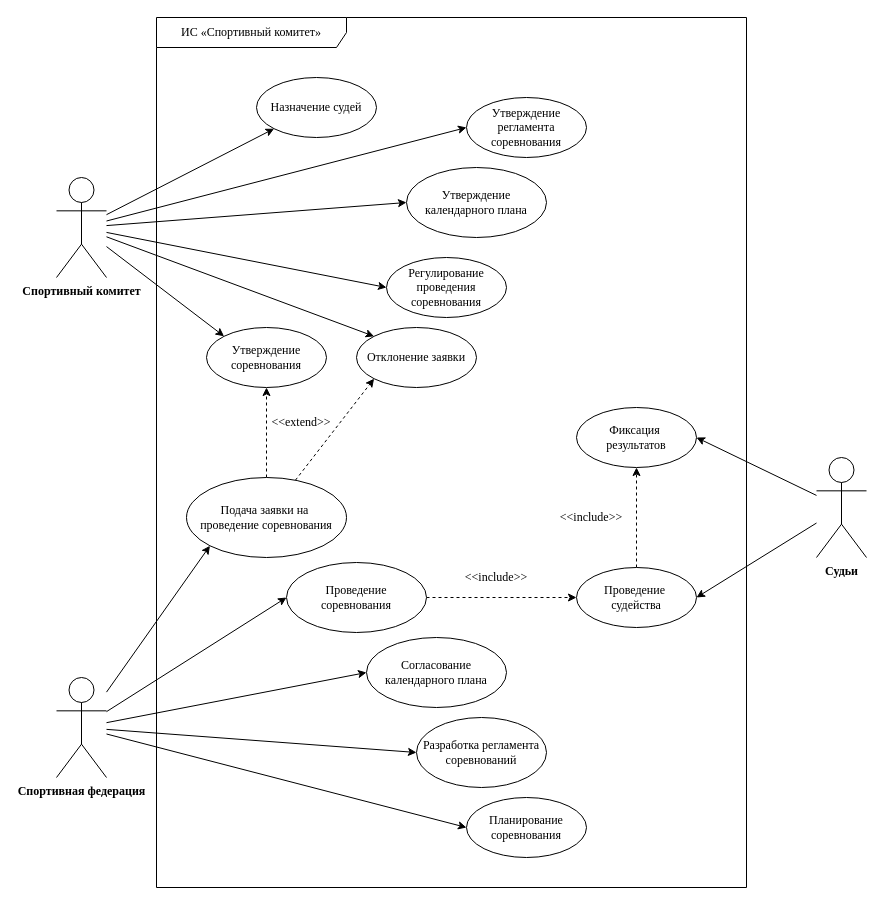
Before: page "Вариантов" (5 of 11) of Диаграммы ИС «Спортивный комитет».drawio in antonch985/Education, a draw.io diagram. Source tidied: cells renumbered, new cells numbered last; positions are measured from the earlier drawing's top-left corner, leaving out a move shared by most shapes. Both pictures are drawn from the tidied source at 100%, with x=0, y=0 at pixel (56, 17).
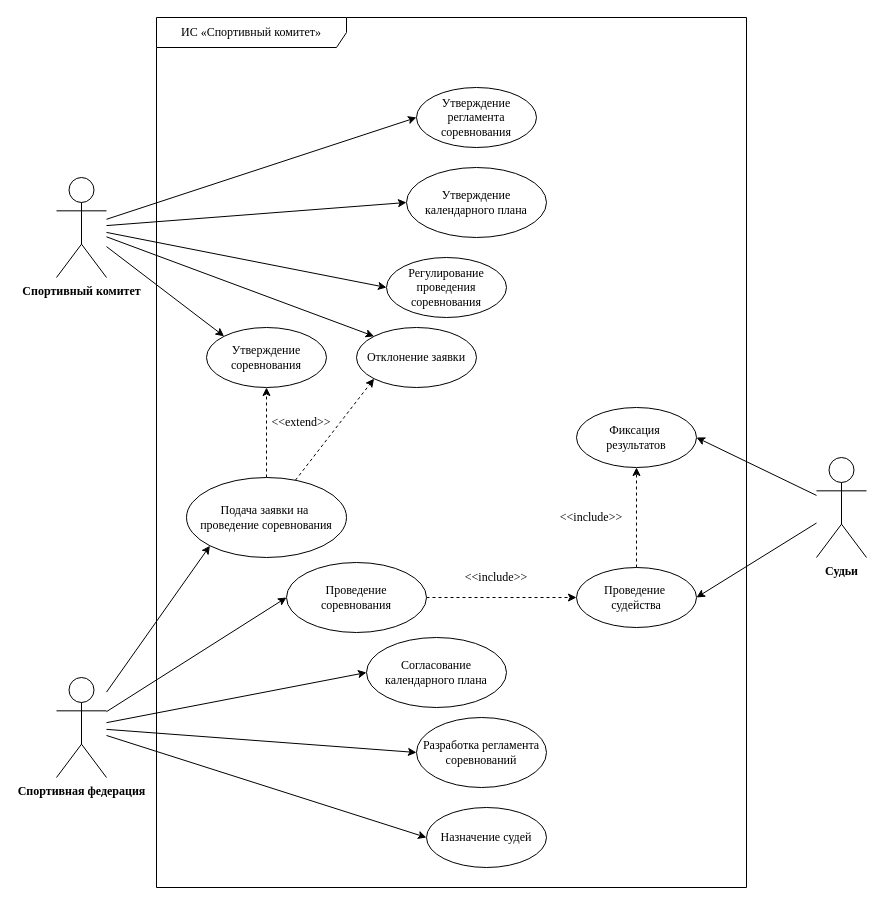
Above is the later version.

Unchanged cells that the change refers to:
```xml
<mxCell id="8" value="Спортивный комитет" style="shape=umlActor;verticalLabelPosition=bottom;verticalAlign=top;html=1;outlineConnect=0;fontStyle=1;fontFamily=Times New Roman;" parent="1" vertex="1">
  <mxGeometry y="160" width="50" height="100" as="geometry" />
</mxCell>
<mxCell id="14" value="Спортивная федерация" style="shape=umlActor;verticalLabelPosition=bottom;verticalAlign=top;html=1;outlineConnect=0;fontStyle=1;fontFamily=Times New Roman;" parent="1" vertex="1">
  <mxGeometry y="660" width="50" height="100" as="geometry" />
</mxCell>
```

What changed in the source:
```diff
@@
-    <mxCell id="7" style="edgeStyle=none;rounded=0;jettySize=auto;html=1;entryX=0;entryY=1;entryDx=0;entryDy=0;" parent="1" edge="1" source="8" target="38">
+    <mxCell id="7" style="edgeStyle=none;rounded=0;jettySize=auto;html=1;entryX=0;entryY=0.5;entryDx=0;entryDy=0;" parent="1" edge="1" source="14" target="38">
       <mxGeometry relative="1" as="geometry" />
     </mxCell>
@@
-    <mxCell id="12" style="edgeStyle=none;rounded=0;jettySize=auto;html=1;entryX=0;entryY=0.5;entryDx=0;entryDy=0;fontFamily=Times New Roman;" parent="1" edge="1" source="14" target="23">
-      <mxGeometry relative="1" as="geometry" />
-    </mxCell>
@@
-    <mxCell id="23" value="Планирование соревнования" style="ellipse;whiteSpace=wrap;html=1;fontFamily=Times New Roman;" parent="1" vertex="1">
-      <mxGeometry x="410" y="780" width="120" height="60" as="geometry" />
-    </mxCell>
@@
     <mxCell id="26" value="Утверждение регламента соревнования" style="ellipse;whiteSpace=wrap;html=1;fontFamily=Times New Roman;" parent="1" vertex="1">
-      <mxGeometry x="410" y="80" width="120" height="60" as="geometry" />
+      <mxGeometry x="360" y="70" width="120" height="60" as="geometry" />
     </mxCell>
@@
     <mxCell id="38" value="Назначение судей" style="ellipse;whiteSpace=wrap;html=1;fontFamily=Times New Roman;" parent="1" vertex="1">
-      <mxGeometry x="200" y="60" width="120" height="60" as="geometry" />
+      <mxGeometry x="370" y="790" width="120" height="60" as="geometry" />
     </mxCell>
```
